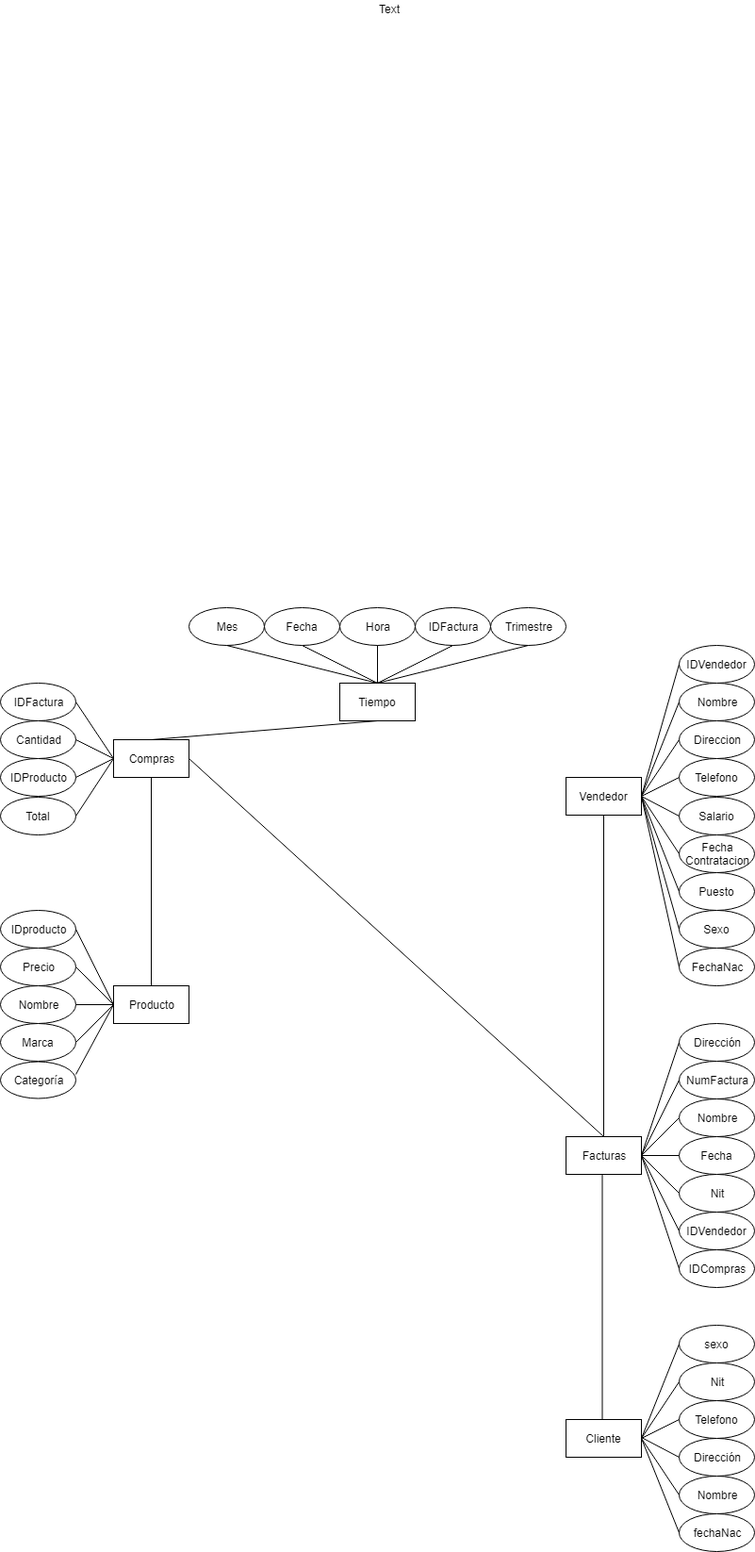
The draw.io diagram Diseño de base de datos.png in estebancabreraa/Proyecto2BD, before a commit. Source tidied: cells renumbered, new cells last; positions are measured from the earlier drawing's top-left corner, leaving out a move shared by most shapes.
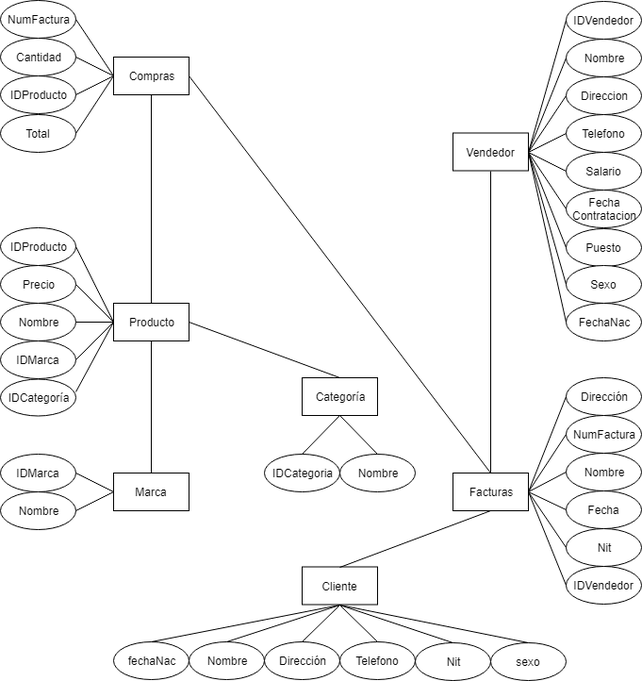
The same diagram one commit later.

The edit, as a diff of the source:
```diff
@@ -3,81 +3,75 @@
     <mxCell id="0" />
     <mxCell id="1" parent="0" />
     <mxCell id="2" value="Facturas" style="rounded=0;whiteSpace=wrap;html=1;" parent="1" vertex="1">
-      <mxGeometry x="600" y="1205" width="80" height="40" as="geometry" />
+      <mxGeometry x="480" y="1225" width="80" height="40" as="geometry" />
     </mxCell>
     <mxCell id="3" value="NumFactura" style="ellipse;whiteSpace=wrap;html=1;" parent="1" vertex="1">
-      <mxGeometry x="720" y="1125" width="80" height="40" as="geometry" />
+      <mxGeometry x="600" y="1164" width="80" height="40" as="geometry" />
     </mxCell>
     <mxCell id="4" value="Fecha&lt;br&gt;Contratacion" style="ellipse;whiteSpace=wrap;html=1;" parent="1" vertex="1">
-      <mxGeometry x="720" y="884.5" width="80" height="40" as="geometry" />
+      <mxGeometry x="600" y="925" width="80" height="40" as="geometry" />
     </mxCell>
     <mxCell id="5" value="Nombre&lt;br&gt;" style="ellipse;whiteSpace=wrap;html=1;" parent="1" vertex="1">
-      <mxGeometry x="720" y="1165" width="80" height="40" as="geometry" />
+      <mxGeometry x="600" y="1204" width="80" height="40" as="geometry" />
     </mxCell>
     <mxCell id="6" value="Fecha" style="ellipse;whiteSpace=wrap;html=1;" parent="1" vertex="1">
-      <mxGeometry x="720" y="1205" width="80" height="40" as="geometry" />
+      <mxGeometry x="600" y="1244" width="80" height="40" as="geometry" />
     </mxCell>
     <mxCell id="7" value="Nit" style="ellipse;whiteSpace=wrap;html=1;" parent="1" vertex="1">
-      <mxGeometry x="720" y="1245" width="80" height="40" as="geometry" />
+      <mxGeometry x="600" y="1284" width="80" height="40" as="geometry" />
     </mxCell>
     <mxCell id="8" value="IDVendedor" style="ellipse;whiteSpace=wrap;html=1;" parent="1" vertex="1">
-      <mxGeometry x="720" y="1285" width="80" height="40" as="geometry" />
+      <mxGeometry x="600" y="1324" width="80" height="40" as="geometry" />
     </mxCell>
-    <mxCell id="9" value="IDCompras" style="ellipse;whiteSpace=wrap;html=1;" parent="1" vertex="1">
-      <mxGeometry x="720" y="1325" width="80" height="40" as="geometry" />
-    </mxCell>
     <mxCell id="10" value="Dirección&lt;br&gt;" style="ellipse;whiteSpace=wrap;html=1;" parent="1" vertex="1">
-      <mxGeometry x="720" y="1085" width="80" height="40" as="geometry" />
+      <mxGeometry x="600" y="1124" width="80" height="40" as="geometry" />
     </mxCell>
     <mxCell id="11" value="Cliente" style="rounded=0;whiteSpace=wrap;html=1;" parent="1" vertex="1">
-      <mxGeometry x="600" y="1505" width="80" height="40" as="geometry" />
+      <mxGeometry x="320" y="1324.5" width="80" height="40" as="geometry" />
     </mxCell>
     <mxCell id="12" value="Nit" style="ellipse;whiteSpace=wrap;html=1;" parent="1" vertex="1">
-      <mxGeometry x="720" y="1445" width="80" height="40" as="geometry" />
+      <mxGeometry x="440" y="1405" width="80" height="40" as="geometry" />
     </mxCell>
     <mxCell id="13" value="Telefono&lt;br&gt;" style="ellipse;whiteSpace=wrap;html=1;" parent="1" vertex="1">
-      <mxGeometry x="720" y="1485" width="80" height="40" as="geometry" />
+      <mxGeometry x="360" y="1404" width="80" height="40" as="geometry" />
     </mxCell>
     <mxCell id="14" value="Dirección" style="ellipse;whiteSpace=wrap;html=1;" parent="1" vertex="1">
-      <mxGeometry x="720" y="1525" width="80" height="40" as="geometry" />
+      <mxGeometry x="280" y="1404" width="80" height="40" as="geometry" />
     </mxCell>
     <mxCell id="15" value="Nombre" style="ellipse;whiteSpace=wrap;html=1;" parent="1" vertex="1">
-      <mxGeometry x="720" y="1565" width="80" height="40" as="geometry" />
+      <mxGeometry x="200" y="1404" width="80" height="40" as="geometry" />
     </mxCell>
     <mxCell id="16" value="Vendedor" style="rounded=0;whiteSpace=wrap;html=1;" parent="1" vertex="1">
-      <mxGeometry x="600" y="824" width="80" height="40" as="geometry" />
+      <mxGeometry x="480" y="864.5" width="80" height="40" as="geometry" />
     </mxCell>
-    <mxCell id="17" value="Categoría" style="ellipse;whiteSpace=wrap;html=1;" parent="1" vertex="1">
+    <mxCell id="17" value="IDCategoría" style="ellipse;whiteSpace=wrap;html=1;" parent="1" vertex="1">
       <mxGeometry y="1125" width="80" height="39" as="geometry" />
     </mxCell>
     <mxCell id="18" value="Salario" style="ellipse;whiteSpace=wrap;html=1;" parent="1" vertex="1">
-      <mxGeometry x="720" y="844.5" width="80" height="40" as="geometry" />
+      <mxGeometry x="600" y="885" width="80" height="40" as="geometry" />
     </mxCell>
     <mxCell id="19" value="Telefono" style="ellipse;whiteSpace=wrap;html=1;" parent="1" vertex="1">
-      <mxGeometry x="720" y="804" width="80" height="40" as="geometry" />
+      <mxGeometry x="600" y="844.5" width="80" height="40" as="geometry" />
     </mxCell>
     <mxCell id="20" value="Direccion" style="ellipse;whiteSpace=wrap;html=1;" parent="1" vertex="1">
-      <mxGeometry x="720" y="764" width="80" height="40" as="geometry" />
+      <mxGeometry x="600" y="804.5" width="80" height="40" as="geometry" />
     </mxCell>
     <mxCell id="21" value="Nombre" style="ellipse;whiteSpace=wrap;html=1;" parent="1" vertex="1">
-      <mxGeometry x="720" y="724" width="80" height="40" as="geometry" />
+      <mxGeometry x="600" y="764.5" width="80" height="40" as="geometry" />
     </mxCell>
     <mxCell id="22" value="IDVendedor" style="ellipse;whiteSpace=wrap;html=1;" parent="1" vertex="1">
-      <mxGeometry x="720" y="684" width="80" height="40" as="geometry" />
+      <mxGeometry x="600" y="724.5" width="80" height="40" as="geometry" />
     </mxCell>
     <mxCell id="23" style="endArrow=none;html=1;entryX=0.5;entryY=1;entryDx=0;entryDy=0;exitX=0.5;exitY=0;exitDx=0;exitDy=0;" parent="1" edge="1" source="2" target="16">
       <mxGeometry relative="1" as="geometry" />
     </mxCell>
-    <mxCell id="24" style="endArrow=none;html=1;entryX=0.5;entryY=1;entryDx=0;entryDy=0;" parent="1" edge="1">
-      <mxGeometry relative="1" as="geometry">
-        <mxPoint x="638.5" y="1505.5" as="sourcePoint" />
-        <mxPoint x="638.5" y="1245.2" as="targetPoint" />
-      </mxGeometry>
+    <mxCell id="24" style="endArrow=none;html=1;entryX=0.5;entryY=1;entryDx=0;entryDy=0;exitX=0.5;exitY=0;exitDx=0;exitDy=0;" parent="1" edge="1" source="11" target="2">
+      <mxGeometry relative="1" as="geometry" />
     </mxCell>
     <mxCell id="25" value="Compras" style="rounded=0;whiteSpace=wrap;html=1;" parent="1" vertex="1">
       <mxGeometry x="120" y="784" width="80" height="40" as="geometry" />
     </mxCell>
-    <mxCell id="26" value="IDFactura" style="ellipse;whiteSpace=wrap;html=1;" parent="1" vertex="1">
+    <mxCell id="26" value="NumFactura" style="ellipse;whiteSpace=wrap;html=1;" parent="1" vertex="1">
       <mxGeometry y="724" width="80" height="40" as="geometry" />
     </mxCell>
     <mxCell id="27" value="Cantidad" style="ellipse;whiteSpace=wrap;html=1;" parent="1" vertex="1">
@@ -95,7 +89,7 @@
     <mxCell id="31" value="Producto" style="rounded=0;whiteSpace=wrap;html=1;" parent="1" vertex="1">
       <mxGeometry x="120" y="1045" width="80" height="40" as="geometry" />
     </mxCell>
-    <mxCell id="32" value="IDproducto" style="ellipse;whiteSpace=wrap;html=1;" parent="1" vertex="1">
+    <mxCell id="32" value="IDProducto" style="ellipse;whiteSpace=wrap;html=1;" parent="1" vertex="1">
       <mxGeometry y="964.5" width="80" height="40" as="geometry" />
     </mxCell>
     <mxCell id="33" value="Precio" style="ellipse;whiteSpace=wrap;html=1;" parent="1" vertex="1">
@@ -104,32 +98,27 @@
     <mxCell id="34" value="Nombre" style="ellipse;whiteSpace=wrap;html=1;" parent="1" vertex="1">
       <mxGeometry y="1044.5" width="80" height="40" as="geometry" />
     </mxCell>
-    <mxCell id="35" value="Marca" style="ellipse;whiteSpace=wrap;html=1;" parent="1" vertex="1">
+    <mxCell id="35" value="IDMarca" style="ellipse;whiteSpace=wrap;html=1;" parent="1" vertex="1">
       <mxGeometry y="1085" width="80" height="40" as="geometry" />
     </mxCell>
     <mxCell id="36" style="endArrow=none;html=1;entryX=0.5;entryY=1;entryDx=0;entryDy=0;exitX=0.5;exitY=0;exitDx=0;exitDy=0;" parent="1" edge="1" source="31" target="25">
       <mxGeometry relative="1" as="geometry" />
     </mxCell>
-    <mxCell id="37" style="endArrow=none;html=1;exitX=1;exitY=0.5;exitDx=0;exitDy=0;entryX=0;entryY=0.5;entryDx=0;entryDy=0;" parent="1" edge="1" source="11" target="12">
+    <mxCell id="37" style="endArrow=none;html=1;exitX=0.5;exitY=1;exitDx=0;exitDy=0;entryX=0.5;entryY=0;entryDx=0;entryDy=0;" parent="1" edge="1" source="11" target="12">
       <mxGeometry relative="1" as="geometry" />
     </mxCell>
-    <mxCell id="38" style="endArrow=none;html=1;entryX=0;entryY=0.5;entryDx=0;entryDy=0;" parent="1" edge="1" target="14">
-      <mxGeometry relative="1" as="geometry">
-        <mxPoint x="680" y="1524" as="sourcePoint" />
-      </mxGeometry>
+    <mxCell id="38" style="endArrow=none;html=1;entryX=0.5;entryY=0;entryDx=0;entryDy=0;exitX=0.5;exitY=1;exitDx=0;exitDy=0;" parent="1" edge="1" source="11" target="14">
+      <mxGeometry relative="1" as="geometry" />
     </mxCell>
-    <mxCell id="39" style="endArrow=none;html=1;entryX=0;entryY=0.5;entryDx=0;entryDy=0;exitX=1;exitY=0.5;exitDx=0;exitDy=0;" parent="1" edge="1" source="11" target="15">
+    <mxCell id="39" style="endArrow=none;html=1;entryX=0.5;entryY=0;entryDx=0;entryDy=0;exitX=0.5;exitY=1;exitDx=0;exitDy=0;" parent="1" edge="1" source="11" target="15">
       <mxGeometry relative="1" as="geometry" />
     </mxCell>
-    <mxCell id="40" style="endArrow=none;html=1;entryX=0;entryY=0.5;entryDx=0;entryDy=0;exitX=1;exitY=0.5;exitDx=0;exitDy=0;" parent="1" edge="1" source="11" target="13">
+    <mxCell id="40" style="endArrow=none;html=1;entryX=0.5;entryY=0;entryDx=0;entryDy=0;exitX=0.5;exitY=1;exitDx=0;exitDy=0;" parent="1" edge="1" source="11" target="13">
       <mxGeometry relative="1" as="geometry" />
     </mxCell>
     <mxCell id="41" style="endArrow=none;html=1;exitX=1;exitY=0.5;exitDx=0;exitDy=0;entryX=0;entryY=0.5;entryDx=0;entryDy=0;" parent="1" edge="1" source="2" target="10">
       <mxGeometry relative="1" as="geometry" />
     </mxCell>
-    <mxCell id="42" style="endArrow=none;html=1;exitX=1;exitY=0.5;exitDx=0;exitDy=0;entryX=0;entryY=0.5;entryDx=0;entryDy=0;" parent="1" edge="1" source="2" target="9">
-      <mxGeometry relative="1" as="geometry" />
-    </mxCell>
     <mxCell id="43" style="endArrow=none;html=1;entryX=0;entryY=0.5;entryDx=0;entryDy=0;exitX=1;exitY=0.5;exitDx=0;exitDy=0;" parent="1" edge="1" source="2" target="8">
       <mxGeometry relative="1" as="geometry" />
     </mxCell>
@@ -191,69 +180,25 @@
       <mxGeometry relative="1" as="geometry" />
     </mxCell>
     <mxCell id="63" value="sexo" style="ellipse;whiteSpace=wrap;html=1;" parent="1" vertex="1">
-      <mxGeometry x="720" y="1405" width="80" height="40" as="geometry" />
+      <mxGeometry x="520" y="1405" width="80" height="40" as="geometry" />
     </mxCell>
     <mxCell id="64" value="fechaNac" style="ellipse;whiteSpace=wrap;html=1;" parent="1" vertex="1">
-      <mxGeometry x="720" y="1605" width="80" height="40" as="geometry" />
+      <mxGeometry x="120" y="1404" width="80" height="40" as="geometry" />
     </mxCell>
-    <mxCell id="65" style="endArrow=none;html=1;entryX=0;entryY=0.5;entryDx=0;entryDy=0;exitX=1;exitY=0.5;exitDx=0;exitDy=0;" parent="1" edge="1" source="11" target="64">
+    <mxCell id="65" style="endArrow=none;html=1;entryX=0.5;entryY=0;entryDx=0;entryDy=0;exitX=0.5;exitY=1;exitDx=0;exitDy=0;" parent="1" edge="1" source="11" target="64">
       <mxGeometry relative="1" as="geometry" />
     </mxCell>
-    <mxCell id="66" style="endArrow=none;html=1;entryX=0;entryY=0.5;entryDx=0;entryDy=0;exitX=1;exitY=0.5;exitDx=0;exitDy=0;" parent="1" edge="1" source="11" target="63">
+    <mxCell id="66" style="endArrow=none;html=1;entryX=0.5;entryY=0;entryDx=0;entryDy=0;exitX=0.5;exitY=1;exitDx=0;exitDy=0;" parent="1" edge="1" source="11" target="63">
       <mxGeometry relative="1" as="geometry" />
     </mxCell>
-    <mxCell id="67" style="endArrow=none;html=1;" parent="1" edge="1" source="68">
-      <mxGeometry relative="1" as="geometry">
-        <mxPoint x="390" y="734" as="targetPoint" />
-      </mxGeometry>
-    </mxCell>
-    <mxCell id="68" value="Tiempo&lt;br&gt;" style="rounded=0;whiteSpace=wrap;html=1;" parent="1" vertex="1">
-      <mxGeometry x="360" y="724" width="80" height="40" as="geometry" />
-    </mxCell>
-    <mxCell id="69" style="endArrow=none;html=1;exitX=0.5;exitY=0;exitDx=0;exitDy=0;entryX=0.5;entryY=1;entryDx=0;entryDy=0;" parent="1" edge="1" source="25" target="68">
-      <mxGeometry relative="1" as="geometry" />
-    </mxCell>
-    <mxCell id="70" style="endArrow=none;html=1;entryX=0.5;entryY=1;entryDx=0;entryDy=0;exitX=0.5;exitY=0;exitDx=0;exitDy=0;" parent="1" edge="1" source="68" target="71">
-      <mxGeometry relative="1" as="geometry" />
-    </mxCell>
-    <mxCell id="71" value="Fecha" style="ellipse;whiteSpace=wrap;html=1;" parent="1" vertex="1">
-      <mxGeometry x="280" y="644" width="80" height="40" as="geometry" />
-    </mxCell>
-    <mxCell id="72" value="Hora" style="ellipse;whiteSpace=wrap;html=1;" parent="1" vertex="1">
-      <mxGeometry x="360" y="644" width="80" height="40" as="geometry" />
-    </mxCell>
-    <mxCell id="73" value="IDFactura&lt;br&gt;" style="ellipse;whiteSpace=wrap;html=1;" parent="1" vertex="1">
-      <mxGeometry x="440" y="644" width="80" height="40" as="geometry" />
-    </mxCell>
-    <mxCell id="74" style="endArrow=none;html=1;entryX=0.5;entryY=1;entryDx=0;entryDy=0;exitX=0.5;exitY=0;exitDx=0;exitDy=0;" parent="1" edge="1" source="68" target="72">
-      <mxGeometry relative="1" as="geometry" />
-    </mxCell>
-    <mxCell id="75" style="endArrow=none;html=1;entryX=0.5;entryY=0;entryDx=0;entryDy=0;exitX=0.5;exitY=1;exitDx=0;exitDy=0;" parent="1" edge="1" source="73" target="68">
-      <mxGeometry relative="1" as="geometry" />
-    </mxCell>
-    <mxCell id="76" value="Mes" style="ellipse;whiteSpace=wrap;html=1;" parent="1" vertex="1">
-      <mxGeometry x="200" y="644" width="80" height="40" as="geometry" />
-    </mxCell>
-    <mxCell id="77" value="Trimestre" style="ellipse;whiteSpace=wrap;html=1;" parent="1" vertex="1">
-      <mxGeometry x="520" y="644" width="80" height="40" as="geometry" />
-    </mxCell>
-    <mxCell id="78" style="endArrow=none;html=1;entryX=0.5;entryY=1;entryDx=0;entryDy=0;exitX=0.5;exitY=0;exitDx=0;exitDy=0;" parent="1" edge="1" source="68" target="76">
-      <mxGeometry relative="1" as="geometry" />
-    </mxCell>
-    <mxCell id="79" style="endArrow=none;html=1;entryX=0.5;entryY=0;entryDx=0;entryDy=0;exitX=0.5;exitY=1;exitDx=0;exitDy=0;" parent="1" edge="1" source="77" target="68">
-      <mxGeometry relative="1" as="geometry" />
-    </mxCell>
-    <mxCell id="80" value="Text" style="text;html=1;align=left;verticalAlign=top;spacingTop=-4;" parent="1" vertex="1">
-      <mxGeometry x="400" width="40" height="20" as="geometry" />
-    </mxCell>
     <mxCell id="81" value="Puesto" style="ellipse;whiteSpace=wrap;html=1;" parent="1" vertex="1">
-      <mxGeometry x="720" y="925" width="80" height="40" as="geometry" />
+      <mxGeometry x="600" y="965.5" width="80" height="40" as="geometry" />
     </mxCell>
     <mxCell id="82" value="Sexo" style="ellipse;whiteSpace=wrap;html=1;" parent="1" vertex="1">
-      <mxGeometry x="720" y="964.5" width="80" height="40" as="geometry" />
+      <mxGeometry x="600" y="1005" width="80" height="40" as="geometry" />
     </mxCell>
     <mxCell id="83" value="FechaNac" style="ellipse;whiteSpace=wrap;html=1;" parent="1" vertex="1">
-      <mxGeometry x="720" y="1004.5" width="80" height="40" as="geometry" />
+      <mxGeometry x="600" y="1045" width="80" height="40" as="geometry" />
     </mxCell>
     <mxCell id="84" style="endArrow=none;html=1;exitX=1;exitY=0.5;exitDx=0;exitDy=0;entryX=0;entryY=0.5;entryDx=0;entryDy=0;" parent="1" edge="1" source="16" target="81">
       <mxGeometry relative="1" as="geometry" />
@@ -264,5 +209,41 @@
     <mxCell id="86" style="endArrow=none;html=1;exitX=1;exitY=0.5;exitDx=0;exitDy=0;entryX=0;entryY=0.5;entryDx=0;entryDy=0;" parent="1" edge="1" source="16" target="83">
       <mxGeometry relative="1" as="geometry" />
     </mxCell>
+    <mxCell id="87" value="Marca&lt;br&gt;" style="rounded=0;whiteSpace=wrap;html=1;" parent="1" vertex="1">
+      <mxGeometry x="120" y="1225" width="80" height="40" as="geometry" />
+    </mxCell>
+    <mxCell id="88" value="IDMarca" style="ellipse;whiteSpace=wrap;html=1;" parent="1" vertex="1">
+      <mxGeometry y="1205" width="80" height="40" as="geometry" />
+    </mxCell>
+    <mxCell id="89" value="Nombre" style="ellipse;whiteSpace=wrap;html=1;" parent="1" vertex="1">
+      <mxGeometry y="1245" width="80" height="40" as="geometry" />
+    </mxCell>
+    <mxCell id="90" style="endArrow=none;html=1;entryX=1;entryY=0.5;entryDx=0;entryDy=0;exitX=0;exitY=0.5;exitDx=0;exitDy=0;" parent="1" edge="1" source="87" target="88">
+      <mxGeometry relative="1" as="geometry" />
+    </mxCell>
+    <mxCell id="91" style="endArrow=none;html=1;entryX=1;entryY=0.5;entryDx=0;entryDy=0;exitX=0;exitY=0.5;exitDx=0;exitDy=0;" parent="1" edge="1" source="87" target="89">
+      <mxGeometry relative="1" as="geometry" />
+    </mxCell>
+    <mxCell id="92" style="endArrow=none;html=1;exitX=0.5;exitY=0;exitDx=0;exitDy=0;entryX=0.5;entryY=1;entryDx=0;entryDy=0;" parent="1" edge="1" source="87" target="31">
+      <mxGeometry relative="1" as="geometry" />
+    </mxCell>
+    <mxCell id="93" value="Categoría&lt;br&gt;" style="rounded=0;whiteSpace=wrap;html=1;" parent="1" vertex="1">
+      <mxGeometry x="320" y="1124" width="80" height="40" as="geometry" />
+    </mxCell>
+    <mxCell id="94" style="endArrow=none;html=1;exitX=0.5;exitY=0;exitDx=0;exitDy=0;entryX=1;entryY=0.5;entryDx=0;entryDy=0;" parent="1" edge="1" source="93" target="31">
+      <mxGeometry relative="1" as="geometry" />
+    </mxCell>
+    <mxCell id="95" value="IDCategoria" style="ellipse;whiteSpace=wrap;html=1;" parent="1" vertex="1">
+      <mxGeometry x="280" y="1205" width="80" height="40" as="geometry" />
+    </mxCell>
+    <mxCell id="96" value="Nombre" style="ellipse;whiteSpace=wrap;html=1;" parent="1" vertex="1">
+      <mxGeometry x="360" y="1205" width="80" height="40" as="geometry" />
+    </mxCell>
+    <mxCell id="97" style="endArrow=none;html=1;entryX=0.5;entryY=1;entryDx=0;entryDy=0;exitX=0.5;exitY=0;exitDx=0;exitDy=0;" parent="1" edge="1" source="95" target="93">
+      <mxGeometry relative="1" as="geometry" />
+    </mxCell>
+    <mxCell id="98" style="endArrow=none;html=1;entryX=0.5;entryY=0;entryDx=0;entryDy=0;exitX=0.5;exitY=1;exitDx=0;exitDy=0;" parent="1" edge="1" source="93" target="96">
+      <mxGeometry relative="1" as="geometry" />
+    </mxCell>
   </root>
 </mxGraphModel>
```
